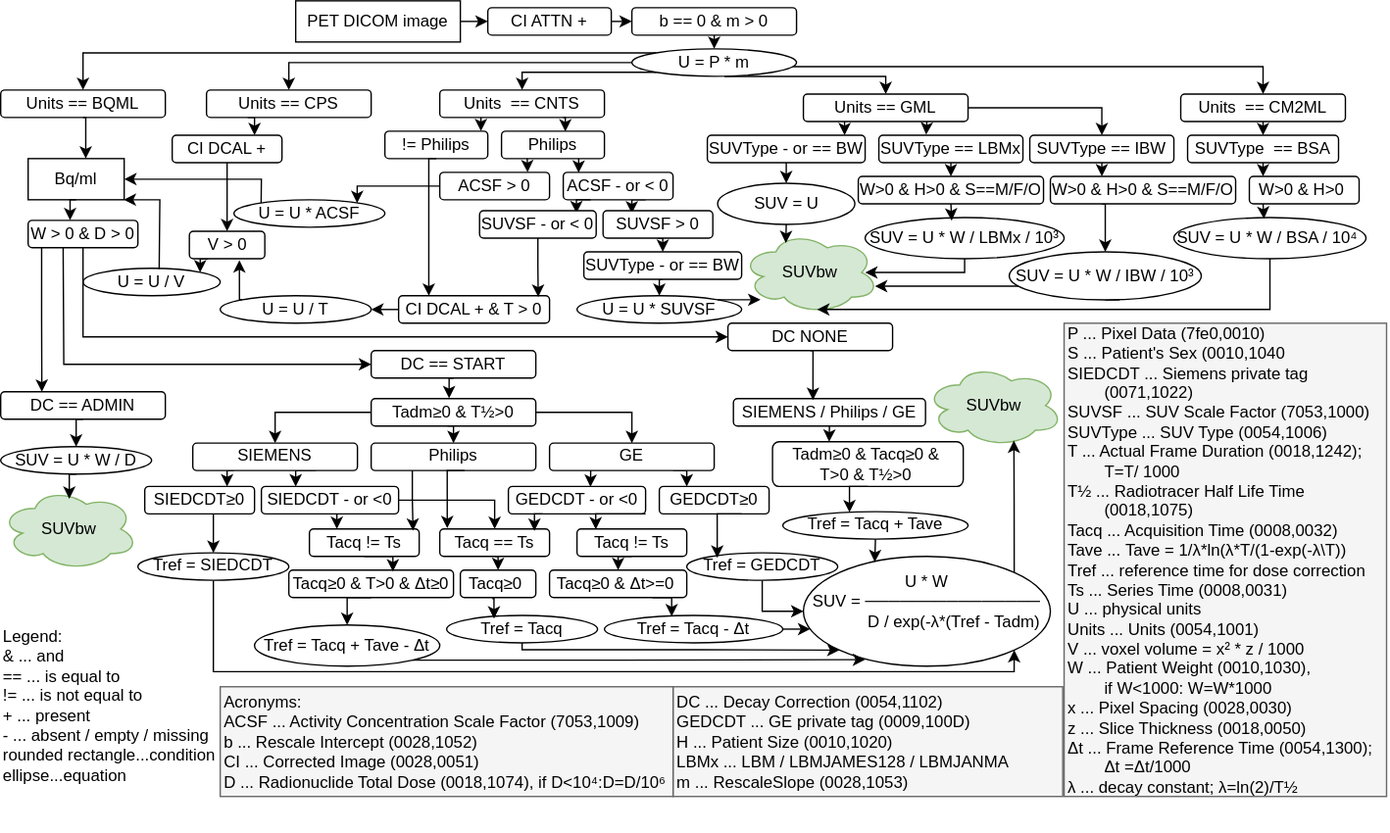
Above: docs/Suppl_fig_1-SUV_computation_diagram.svg in oncoray/suv_computation (draw.io), before the change. Source tidied: cells renumbered, new cells last; positions are measured from the earlier drawing's top-left corner, leaving out a move shared by most shapes.
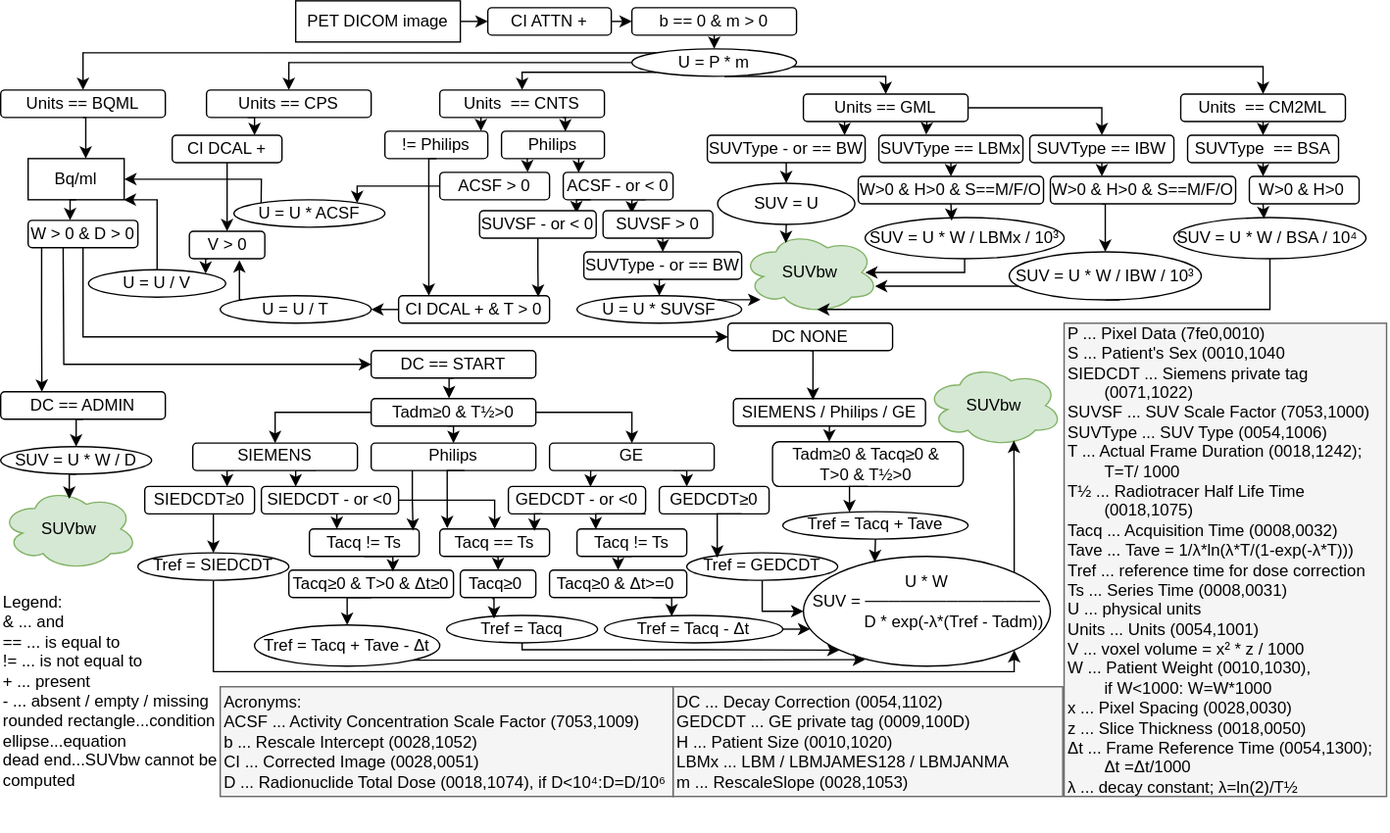
Above is the later version.

Commit message:
corrected typos in flowchart adn manual

Change to the diagram source:
```diff
@@ -105,7 +105,7 @@
       </mxGeometry>
     </mxCell>
     <mxCell id="31" value="U = U / V" style="ellipse;whiteSpace=wrap;html=1;" parent="1" vertex="1">
-      <mxGeometry x="60" y="195" width="100" height="20" as="geometry" />
+      <mxGeometry x="64" y="196" width="100" height="20" as="geometry" />
     </mxCell>
     <mxCell id="32" value="SUVbw" style="ellipse;shape=cloud;whiteSpace=wrap;html=1;fillColor=#d5e8d4;strokeColor=#82b366;" parent="1" vertex="1">
       <mxGeometry x="540" y="168" width="100" height="60" as="geometry" />
@@ -306,13 +306,13 @@
     <mxCell id="84" value="Tref = Tacq + Tave" style="ellipse;whiteSpace=wrap;html=1;" parent="1" vertex="1">
       <mxGeometry x="570" y="372.4" width="135" height="20" as="geometry" />
     </mxCell>
-    <mxCell id="85" value="U * W&lt;div&gt;&lt;span style=&quot;font-size: 12px;&quot;&gt;SUV = ───────────────&lt;/span&gt;&lt;br&gt;&lt;div&gt;&lt;div&gt;&amp;nbsp; &amp;nbsp; &amp;nbsp; &amp;nbsp; &amp;nbsp; &amp;nbsp; D / exp(-λ*(Tref - Tadm)&lt;/div&gt;&lt;/div&gt;&lt;/div&gt;&lt;div&gt;&lt;br&gt;&lt;/div&gt;" style="ellipse;whiteSpace=wrap;html=1;" parent="1" vertex="1">
+    <mxCell id="85" value="U * W&lt;div&gt;&lt;span style=&quot;font-size: 12px;&quot;&gt;SUV = ───────────────&lt;/span&gt;&lt;br&gt;&lt;div&gt;&lt;div&gt;&amp;nbsp; &amp;nbsp; &amp;nbsp; &amp;nbsp; &amp;nbsp; &amp;nbsp; D * exp(-λ*(Tref - Tadm))&lt;/div&gt;&lt;/div&gt;&lt;/div&gt;&lt;div&gt;&lt;br&gt;&lt;/div&gt;" style="ellipse;whiteSpace=wrap;html=1;" parent="1" vertex="1">
       <mxGeometry x="585" y="405" width="180" height="80" as="geometry" />
     </mxCell>
     <mxCell id="86" value="SUVbw" style="ellipse;shape=cloud;whiteSpace=wrap;html=1;fillColor=#d5e8d4;strokeColor=#82b366;" parent="1" vertex="1">
       <mxGeometry x="674" y="265" width="100" height="60" as="geometry" />
     </mxCell>
-    <mxCell id="87" value="&lt;div&gt;&lt;div&gt;&lt;br&gt;&lt;/div&gt;&lt;div&gt;&lt;span style=&quot;background-color: transparent;&quot;&gt;P ... Pixel Data (7fe0,0010)&lt;/span&gt;&lt;/div&gt;&lt;/div&gt;&lt;div&gt;&lt;span style=&quot;background-color: transparent;&quot;&gt;S ... Patient's Sex (0010,1040&lt;/span&gt;&lt;/div&gt;&lt;div&gt;&lt;div&gt;&lt;span style=&quot;font-size: 12px;&quot;&gt;SIEDCDT ... Siemens private tag &lt;span style=&quot;white-space: pre;&quot;&gt;&#9;&lt;/span&gt;(0071,1022)&lt;/span&gt;&lt;/div&gt;&lt;div&gt;&lt;span style=&quot;font-size: 12px;&quot;&gt;SUVSF ... SUV Scale Factor (7053,1000)&lt;/span&gt;&lt;/div&gt;&lt;div&gt;&lt;span style=&quot;font-size: 12px;&quot;&gt;SUVType ... SUV Type (0054,1006)&lt;/span&gt;&lt;/div&gt;&lt;div&gt;&lt;span style=&quot;font-size: 12px;&quot;&gt;T ... Actual Frame Duration (0018,1242); &lt;span style=&quot;white-space: pre;&quot;&gt;&#9;&lt;/span&gt;T=T/ 1000&lt;/span&gt;&lt;/div&gt;&lt;div&gt;&lt;span style=&quot;font-size: 12px;&quot;&gt;T½ ... Radiotracer Half Life Time &lt;span style=&quot;white-space: pre;&quot;&gt;&#9;&lt;/span&gt;(0018,1075)&lt;/span&gt;&lt;/div&gt;&lt;div&gt;&lt;span style=&quot;font-size: 12px;&quot;&gt;Tacq ... Acquisition Time (0008,0032)&lt;/span&gt;&lt;/div&gt;&lt;div&gt;&lt;span style=&quot;font-size: 12px;&quot;&gt;Tave ...&amp;nbsp;&lt;/span&gt;&lt;span style=&quot;background-color: transparent; color: light-dark(rgb(0, 0, 0), rgb(237, 237, 237));&quot;&gt;Tave = 1/λ*ln(λ*T/(1-exp(-λ\T))&lt;/span&gt;&lt;/div&gt;&lt;div&gt;&lt;span style=&quot;font-size: 12px;&quot;&gt;Tref ... reference time for dose correction&lt;/span&gt;&lt;/div&gt;&lt;div&gt;&lt;span style=&quot;font-size: 12px;&quot;&gt;Ts ... Series Time (0008,0031)&lt;/span&gt;&lt;/div&gt;&lt;div&gt;&lt;span style=&quot;font-size: 12px;&quot;&gt;U ... physical units&lt;/span&gt;&lt;/div&gt;&lt;div&gt;&lt;span style=&quot;font-size: 12px;&quot;&gt;Units ... Units (0054,1001)&lt;/span&gt;&lt;/div&gt;&lt;div&gt;&lt;span style=&quot;font-size: 12px;&quot;&gt;V ... voxel volume = x² * z / 1000&lt;/span&gt;&lt;/div&gt;&lt;div&gt;&lt;span style=&quot;font-size: 12px;&quot;&gt;W ... Patient Weight (0010,1030),&amp;nbsp;&lt;/span&gt;&lt;/div&gt;&lt;div&gt;&lt;span style=&quot;background-color: transparent;&quot;&gt;&lt;span style=&quot;white-space: pre;&quot;&gt;&#9;&lt;/span&gt;if W&amp;lt;1000: W=W*1000&lt;/span&gt;&lt;/div&gt;&lt;div&gt;&lt;span style=&quot;font-size: 12px;&quot;&gt;x ... Pixel Spacing (0028,0030)&lt;/span&gt;&lt;/div&gt;&lt;div&gt;&lt;span style=&quot;font-size: 12px;&quot;&gt;z ... Slice Thickness (0018,0050)&lt;/span&gt;&lt;/div&gt;&lt;div&gt;&lt;span style=&quot;font-size: 12px;&quot;&gt;Δt ... Frame Reference Time (0054,1300); &lt;span style=&quot;white-space: pre;&quot;&gt;&#9;&lt;/span&gt;Δt =Δt/1000&lt;/span&gt;&lt;/div&gt;&lt;div&gt;&lt;span style=&quot;font-size: 12px;&quot;&gt;λ ... decay constant; λ=ln(2)/T½&lt;/span&gt;&lt;/div&gt;&lt;/div&gt;&lt;div&gt;&lt;span style=&quot;font-size: 12px;&quot;&gt;&lt;br&gt;&lt;/span&gt;&lt;/div&gt;" style="text;html=1;whiteSpace=wrap;align=left;verticalAlign=middle;rounded=0;fillColor=#f5f5f5;fontColor=#000000;strokeColor=#666666;spacingLeft=3;spacing=0;" parent="1" vertex="1">
+    <mxCell id="87" value="&lt;div&gt;&lt;div&gt;&lt;br&gt;&lt;/div&gt;&lt;div&gt;&lt;span style=&quot;background-color: transparent;&quot;&gt;P ... Pixel Data (7fe0,0010)&lt;/span&gt;&lt;/div&gt;&lt;/div&gt;&lt;div&gt;&lt;span style=&quot;background-color: transparent;&quot;&gt;S ... Patient's Sex (0010,1040&lt;/span&gt;&lt;/div&gt;&lt;div&gt;&lt;div&gt;&lt;span style=&quot;font-size: 12px;&quot;&gt;SIEDCDT ... Siemens private tag &lt;span style=&quot;white-space: pre;&quot;&gt;&#9;&lt;/span&gt;(0071,1022)&lt;/span&gt;&lt;/div&gt;&lt;div&gt;&lt;span style=&quot;font-size: 12px;&quot;&gt;SUVSF ... SUV Scale Factor (7053,1000)&lt;/span&gt;&lt;/div&gt;&lt;div&gt;&lt;span style=&quot;font-size: 12px;&quot;&gt;SUVType ... SUV Type (0054,1006)&lt;/span&gt;&lt;/div&gt;&lt;div&gt;&lt;span style=&quot;font-size: 12px;&quot;&gt;T ... Actual Frame Duration (0018,1242); &lt;span style=&quot;white-space: pre;&quot;&gt;&#9;&lt;/span&gt;T=T/ 1000&lt;/span&gt;&lt;/div&gt;&lt;div&gt;&lt;span style=&quot;font-size: 12px;&quot;&gt;T½ ... Radiotracer Half Life Time &lt;span style=&quot;white-space: pre;&quot;&gt;&#9;&lt;/span&gt;(0018,1075)&lt;/span&gt;&lt;/div&gt;&lt;div&gt;&lt;span style=&quot;font-size: 12px;&quot;&gt;Tacq ... Acquisition Time (0008,0032)&lt;/span&gt;&lt;/div&gt;&lt;div&gt;&lt;span style=&quot;font-size: 12px;&quot;&gt;Tave ...&amp;nbsp;&lt;/span&gt;&lt;span style=&quot;background-color: transparent; color: light-dark(rgb(0, 0, 0), rgb(237, 237, 237));&quot;&gt;Tave = 1/λ*ln(λ*T/(1-exp(-λ*T)))&lt;/span&gt;&lt;/div&gt;&lt;div&gt;&lt;span style=&quot;font-size: 12px;&quot;&gt;Tref ... reference time for dose correction&lt;/span&gt;&lt;/div&gt;&lt;div&gt;&lt;span style=&quot;font-size: 12px;&quot;&gt;Ts ... Series Time (0008,0031)&lt;/span&gt;&lt;/div&gt;&lt;div&gt;&lt;span style=&quot;font-size: 12px;&quot;&gt;U ... physical units&lt;/span&gt;&lt;/div&gt;&lt;div&gt;&lt;span style=&quot;font-size: 12px;&quot;&gt;Units ... Units (0054,1001)&lt;/span&gt;&lt;/div&gt;&lt;div&gt;&lt;span style=&quot;font-size: 12px;&quot;&gt;V ... voxel volume = x² * z / 1000&lt;/span&gt;&lt;/div&gt;&lt;div&gt;&lt;span style=&quot;font-size: 12px;&quot;&gt;W ... Patient Weight (0010,1030),&amp;nbsp;&lt;/span&gt;&lt;/div&gt;&lt;div&gt;&lt;span style=&quot;background-color: transparent;&quot;&gt;&lt;span style=&quot;white-space: pre;&quot;&gt;&#9;&lt;/span&gt;if W&amp;lt;1000: W=W*1000&lt;/span&gt;&lt;/div&gt;&lt;div&gt;&lt;span style=&quot;font-size: 12px;&quot;&gt;x ... Pixel Spacing (0028,0030)&lt;/span&gt;&lt;/div&gt;&lt;div&gt;&lt;span style=&quot;font-size: 12px;&quot;&gt;z ... Slice Thickness (0018,0050)&lt;/span&gt;&lt;/div&gt;&lt;div&gt;&lt;span style=&quot;font-size: 12px;&quot;&gt;Δt ... Frame Reference Time (0054,1300); &lt;span style=&quot;white-space: pre;&quot;&gt;&#9;&lt;/span&gt;Δt =Δt/1000&lt;/span&gt;&lt;/div&gt;&lt;div&gt;&lt;span style=&quot;font-size: 12px;&quot;&gt;λ ... decay constant; λ=ln(2)/T½&lt;/span&gt;&lt;/div&gt;&lt;/div&gt;&lt;div&gt;&lt;span style=&quot;font-size: 12px;&quot;&gt;&lt;br&gt;&lt;/span&gt;&lt;/div&gt;" style="text;html=1;whiteSpace=wrap;align=left;verticalAlign=middle;rounded=0;fillColor=#f5f5f5;fontColor=#000000;strokeColor=#666666;spacingLeft=3;spacing=0;" parent="1" vertex="1">
       <mxGeometry x="775" y="235" width="235" height="345" as="geometry" />
     </mxCell>
     <mxCell id="88" style="edgeStyle=orthogonalEdgeStyle;rounded=0;jettySize=auto;html=1;exitX=0.5;exitY=1;exitDx=0;exitDy=0;entryX=0.5;entryY=0;entryDx=0;entryDy=0;" parent="1" edge="1" source="89" target="26">
@@ -335,8 +335,8 @@
         <mxPoint x="30" y="285" as="targetPoint" />
       </mxGeometry>
     </mxCell>
-    <mxCell id="94" value="Legend:&#10;&amp; ... and&#10;== ... is equal to&#10;!= ... is not equal to&#10;+ ... present&#10;- ... absent / empty / missing&#10;rounded rectangle...condition&#10;ellipse...equation" style="text;whiteSpace=wrap;" parent="1" vertex="1">
-      <mxGeometry y="450" width="160" height="130" as="geometry" />
+    <mxCell id="94" value="Legend:&#10;&amp; ... and&#10;== ... is equal to&#10;!= ... is not equal to&#10;+ ... present&#10;- ... absent / empty / missing&#10;rounded rectangle...condition&#10;ellipse...equation&#10;dead end...SUVbw cannot be computed" style="text;whiteSpace=wrap;" parent="1" vertex="1">
+      <mxGeometry y="425" width="160" height="155" as="geometry" />
     </mxCell>
     <mxCell id="95" value="DC ... Decay Correction (0054,1102) &#10;GEDCDT ... GE private tag (0009,100D) &#10;H ... Patient Size (0010,1020)&#10;LBMx ... LBM / LBMJAMES128 / LBMJANMA &#10;m ... RescaleSlope (0028,1053) " style="text;whiteSpace=wrap;fillColor=#f5f5f5;fontColor=#000000;strokeColor=#666666;spacingLeft=3;spacing=0;" parent="1" vertex="1">
       <mxGeometry x="490" y="500" width="284" height="80" as="geometry" />
@@ -344,10 +344,10 @@
     <mxCell id="96" value="W &amp;gt; 0 &amp;amp; D &amp;gt; 0" style="rounded=1;whiteSpace=wrap;html=1;" parent="1" vertex="1">
       <mxGeometry x="20" y="160" width="80" height="20" as="geometry" />
     </mxCell>
-    <mxCell id="97" style="endArrow=classic;html=1;rounded=0;exitX=0.555;exitY=0.023;exitDx=0;exitDy=0;exitPerimeter=0;entryX=0.995;entryY=1;entryDx=0;entryDy=0;entryPerimeter=0;" parent="1" edge="1" source="31" target="92">
+    <mxCell id="97" style="endArrow=classic;html=1;rounded=0;entryX=0.995;entryY=1;entryDx=0;entryDy=0;entryPerimeter=0;exitX=0.5;exitY=0;exitDx=0;exitDy=0;" parent="1" edge="1" source="31" target="92">
       <mxGeometry relative="1" as="geometry">
         <Array as="points">
-          <mxPoint x="116" y="145" />
+          <mxPoint x="114" y="145" />
         </Array>
       </mxGeometry>
     </mxCell>
```
